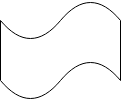
This is TAREAS/test.drawio.png from samugd17/base-datos-bae-, a draw.io export, as it was before one commit. Source tidied: cells renumbered, new cells last; positions are measured from the earlier drawing's top-left corner, leaving out a move shared by most shapes.
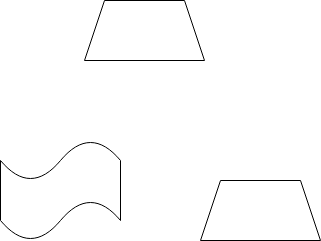
After the change.

What changed in the source:
```diff
@@ -5,5 +5,11 @@
     <mxCell id="2" style="shape=tape;whiteSpace=wrap;html=1;" parent="1" vertex="1">
       <mxGeometry width="120" height="100" as="geometry" />
     </mxCell>
+    <mxCell id="3" style="shape=trapezoid;perimeter=trapezoidPerimeter;whiteSpace=wrap;html=1;fixedSize=1;" parent="1" vertex="1">
+      <mxGeometry x="84" y="-140" width="120" height="60" as="geometry" />
+    </mxCell>
+    <mxCell id="4" style="shape=trapezoid;perimeter=trapezoidPerimeter;whiteSpace=wrap;html=1;fixedSize=1;" parent="1" vertex="1">
+      <mxGeometry x="200" y="40" width="120" height="60" as="geometry" />
+    </mxCell>
   </root>
 </mxGraphModel>
```
